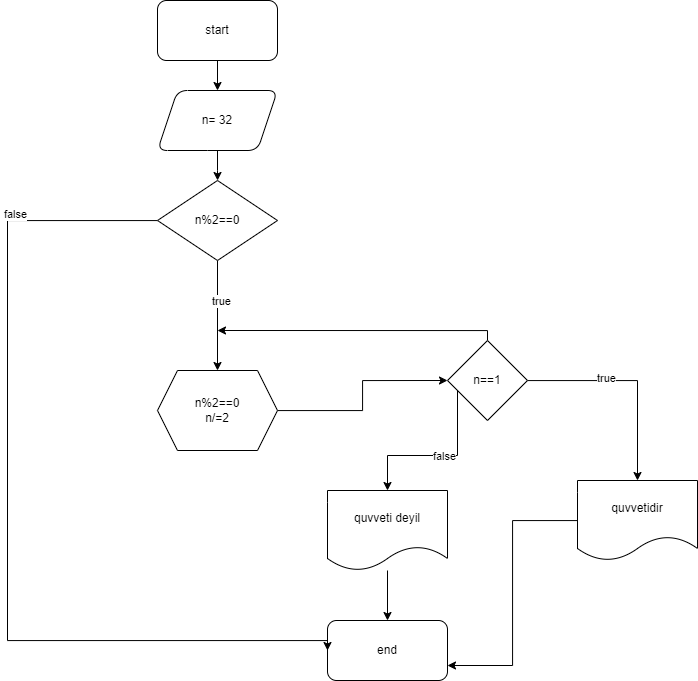
Above: ders3_.drawio (1).png in Jamil-Arifoglu/ders (draw.io), before the change. Source tidied: cells renumbered, new cells last; positions are measured from the earlier drawing's top-left corner, leaving out a move shared by most shapes.
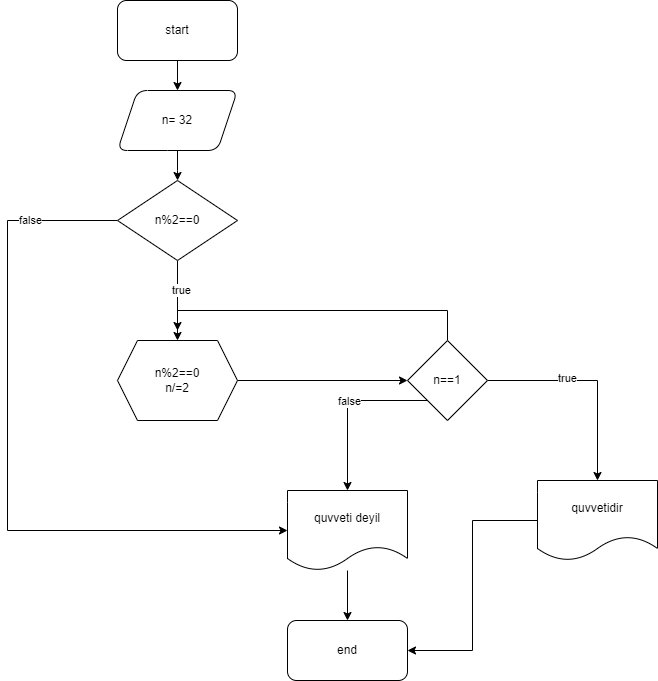
The same file after the commit.

What changed in the source:
```diff
@@ -23,15 +23,15 @@
       <mxGeometry relative="1" as="geometry">
         <mxPoint x="210" y="330" as="targetPoint" />
         <Array as="points">
-          <mxPoint x="480" y="330" />
+          <mxPoint x="480" y="310" />
+          <mxPoint x="210" y="310" />
         </Array>
       </mxGeometry>
     </mxCell>
     <mxCell id="8" style="edgeStyle=orthogonalEdgeStyle;rounded=0;jettySize=auto;html=1;entryX=0.5;entryY=0;entryDx=0;entryDy=0;" parent="1" edge="1" source="12" target="21">
       <mxGeometry relative="1" as="geometry">
         <Array as="points">
-          <mxPoint x="450" y="455" />
-          <mxPoint x="380" y="455" />
+          <mxPoint x="380" y="400" />
         </Array>
       </mxGeometry>
     </mxCell>
@@ -47,23 +47,23 @@
     <mxCell id="12" value="n==1" style="rhombus;whiteSpace=wrap;html=1;" parent="1" vertex="1">
       <mxGeometry x="440" y="340" width="80" height="80" as="geometry" />
     </mxCell>
-    <mxCell id="13" style="edgeStyle=orthogonalEdgeStyle;rounded=0;jettySize=auto;html=1;entryX=0;entryY=0.5;entryDx=0;entryDy=0;" parent="1" edge="1" source="17" target="6">
-      <mxGeometry relative="1" as="geometry">
-        <Array as="points">
-          <mxPoint y="220" />
-          <mxPoint y="640" />
-        </Array>
-      </mxGeometry>
-    </mxCell>
-    <mxCell id="14" value="false" style="edgeLabel;html=1;align=center;verticalAlign=middle;" parent="13" vertex="1">
-      <mxGeometry x="-0.68" y="-7" relative="1" as="geometry" />
-    </mxCell>
     <mxCell id="15" style="edgeStyle=orthogonalEdgeStyle;rounded=0;jettySize=auto;html=1;entryX=0.5;entryY=0;entryDx=0;entryDy=0;" parent="1" edge="1" source="17" target="19">
       <mxGeometry relative="1" as="geometry" />
     </mxCell>
     <mxCell id="16" value="true" style="edgeLabel;html=1;align=center;verticalAlign=middle;" parent="15" vertex="1">
       <mxGeometry x="-0.28" y="3" relative="1" as="geometry" />
     </mxCell>
+    <mxCell id="24" style="edgeStyle=orthogonalEdgeStyle;rounded=0;jettySize=auto;html=1;entryX=0;entryY=0.5;entryDx=0;entryDy=0;" parent="1" edge="1" source="17" target="21">
+      <mxGeometry relative="1" as="geometry">
+        <Array as="points">
+          <mxPoint x="40" y="220" />
+          <mxPoint x="40" y="530" />
+        </Array>
+      </mxGeometry>
+    </mxCell>
+    <mxCell id="14" value="false" style="edgeLabel;html=1;align=center;verticalAlign=middle;" parent="24" vertex="1">
+      <mxGeometry x="-0.75" y="-1" relative="1" as="geometry" />
+    </mxCell>
     <mxCell id="17" value="n%2==0" style="rhombus;whiteSpace=wrap;html=1;" parent="1" vertex="1">
       <mxGeometry x="150" y="180" width="120" height="80" as="geometry" />
     </mxCell>
@@ -71,7 +71,7 @@
       <mxGeometry relative="1" as="geometry" />
     </mxCell>
     <mxCell id="19" value="n%2==0&lt;br&gt;n/=2" style="shape=hexagon;perimeter=hexagonPerimeter2;whiteSpace=wrap;html=1;fixedSize=1;" parent="1" vertex="1">
-      <mxGeometry x="150" y="370" width="120" height="80" as="geometry" />
+      <mxGeometry x="150" y="340" width="120" height="80" as="geometry" />
     </mxCell>
     <mxCell id="20" style="edgeStyle=orthogonalEdgeStyle;rounded=0;jettySize=auto;html=1;" parent="1" edge="1" source="21" target="6">
       <mxGeometry relative="1" as="geometry" />
@@ -79,7 +79,7 @@
     <mxCell id="21" value="quvveti deyil" style="shape=document;whiteSpace=wrap;html=1;boundedLbl=1;" parent="1" vertex="1">
       <mxGeometry x="320" y="490" width="120" height="80" as="geometry" />
     </mxCell>
-    <mxCell id="22" style="edgeStyle=orthogonalEdgeStyle;rounded=0;jettySize=auto;html=1;entryX=1;entryY=0.75;entryDx=0;entryDy=0;" parent="1" edge="1" source="23" target="6">
+    <mxCell id="22" style="edgeStyle=orthogonalEdgeStyle;rounded=0;jettySize=auto;html=1;entryX=1;entryY=0.5;entryDx=0;entryDy=0;" parent="1" edge="1" source="23" target="6">
       <mxGeometry relative="1" as="geometry" />
     </mxCell>
     <mxCell id="23" value="quvvetidir" style="shape=document;whiteSpace=wrap;html=1;boundedLbl=1;" parent="1" vertex="1">
```
